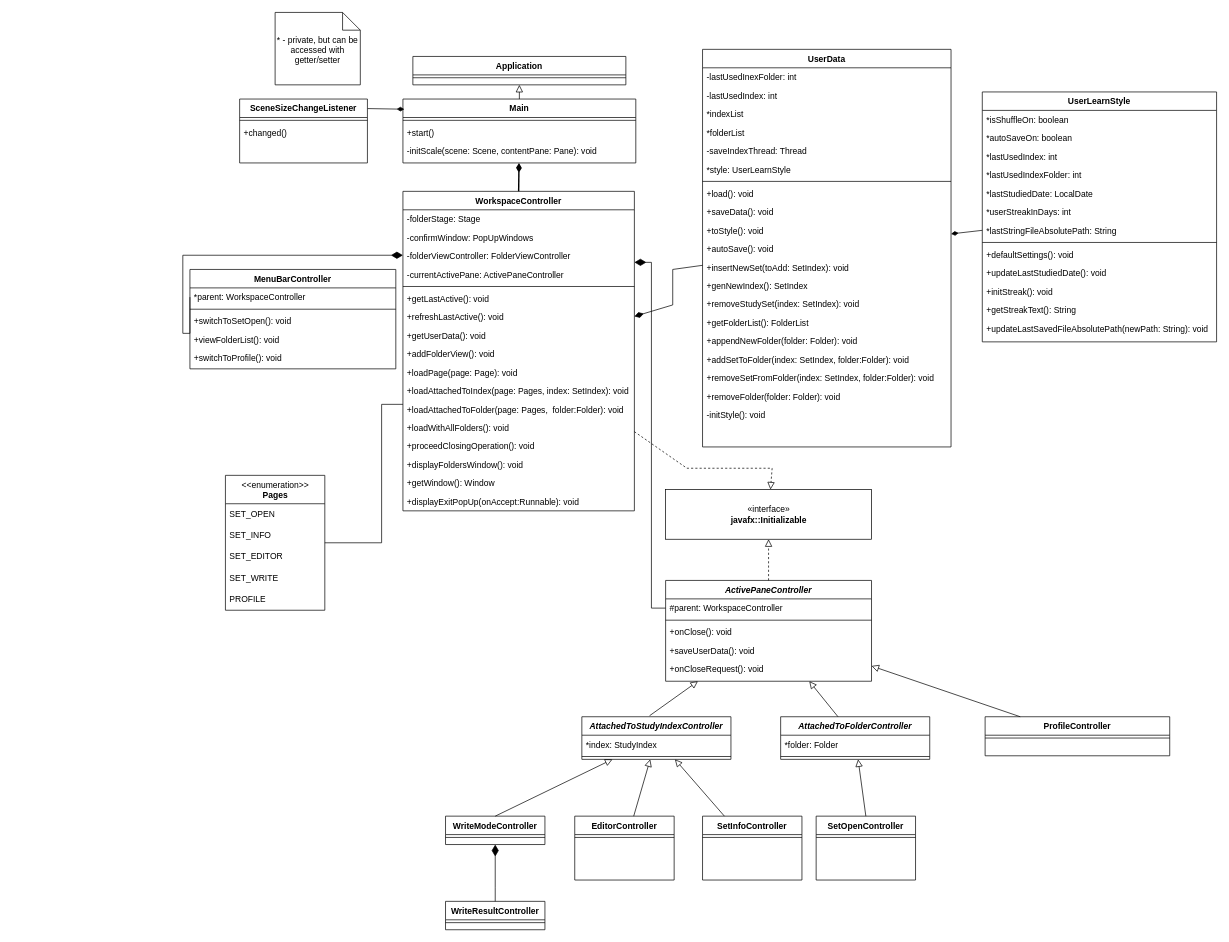
The draw.io diagram page "ProjectStructure" (1 of 4) of Uml/ClassDiagram.drawio in MouseCreator/Labs2course-UML1a, before the edit. Source tidied: cells renumbered, new cells numbered last; positions are measured from the earlier drawing's top-left corner, leaving out a move shared by most shapes. Both pictures are drawn from the tidied source at 71%, with x=0, y=0 at pixel (182, 12).
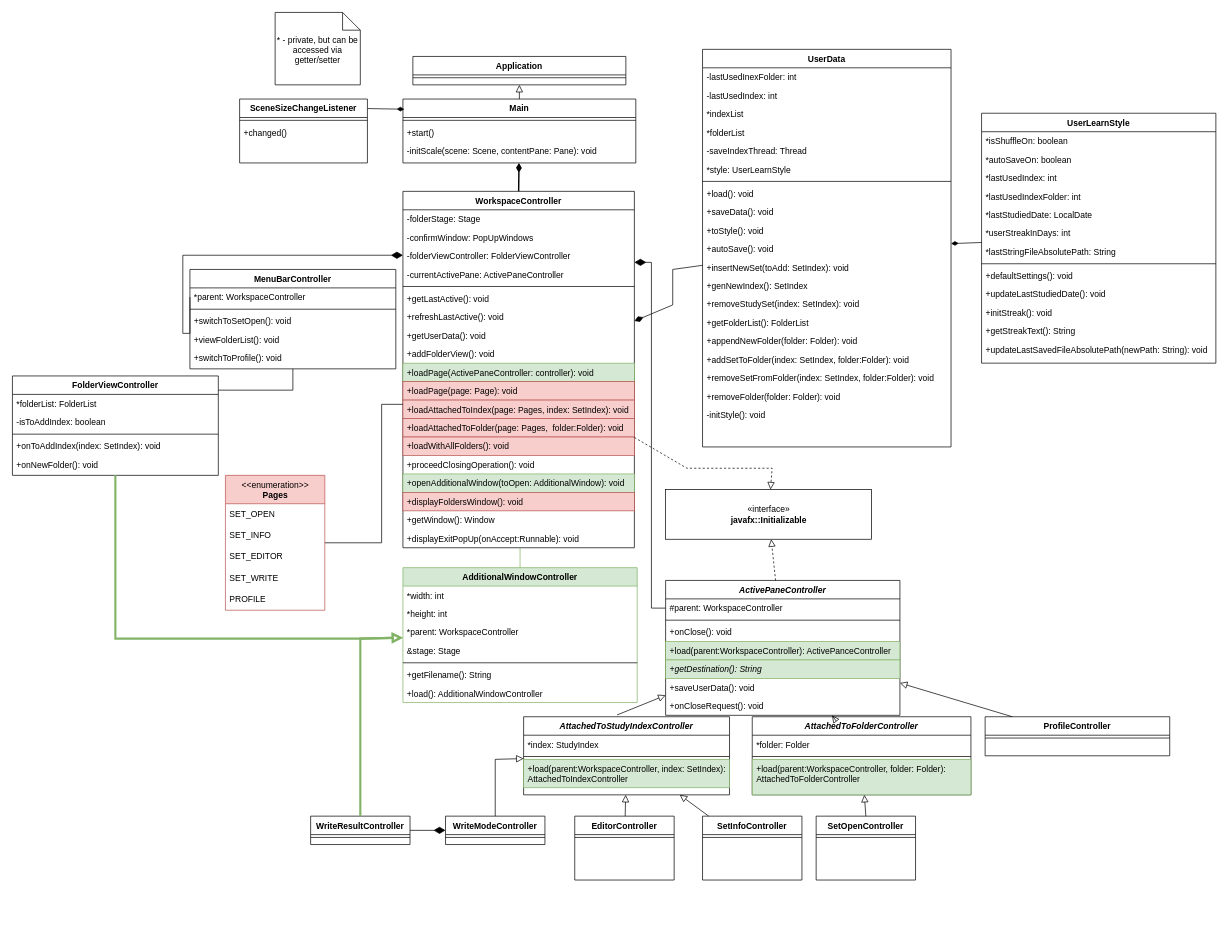
The same diagram, later.

Unchanged cells that the change refers to:
```xml
<mxCell id="56" value="WriteModeController" style="swimlane;fontStyle=1;align=center;verticalAlign=top;horizontal=1;startSize=26;rounded=0;shadow=0;strokeWidth=1;" parent="1" vertex="1">
  <mxGeometry x="370" y="1132" width="140" height="40" as="geometry" />
</mxCell>
<mxCell id="61" value="MenuBarController" style="swimlane;fontStyle=1;align=center;verticalAlign=top;horizontal=1;startSize=26;rounded=0;shadow=0;strokeWidth=1;" parent="1" vertex="1">
  <mxGeometry x="10" y="362" width="290" height="140" as="geometry" />
</mxCell>
```

Diff of the diagram source:
```diff
@@
     <mxCell id="2" value="WorkspaceController" style="swimlane;fontStyle=1;align=center;verticalAlign=top;horizontal=1;startSize=26;rounded=0;shadow=0;strokeWidth=1;" parent="1" vertex="1">
-      <mxGeometry x="310" y="252" width="326" height="450" as="geometry" />
+      <mxGeometry x="310" y="252" width="326" height="502" as="geometry" />
     </mxCell>
@@
-    <mxCell id="12" value="+loadPage(page: Page): void" style="text;align=left;verticalAlign=top;spacingLeft=4;spacingRight=4;overflow=hidden;" parent="2" vertex="1">
+    <mxCell id="12" value="+loadPage(ActivePaneController: controller): void" style="text;align=left;verticalAlign=top;spacingLeft=4;spacingRight=4;overflow=hidden;fillColor=#d5e8d4;strokeColor=#82b366;" parent="2" vertex="1">
       <mxGeometry y="242" width="326" height="26" as="geometry" />
     </mxCell>
+    <mxCell id="121" value="+loadPage(page: Page): void" style="text;align=left;verticalAlign=top;spacingLeft=4;spacingRight=4;overflow=hidden;fillColor=#f8cecc;strokeColor=#b85450;" parent="2" vertex="1">
+      <mxGeometry y="268" width="326" height="26" as="geometry" />
+    </mxCell>
-    <mxCell id="13" value="+loadAttachedToIndex(page: Pages, index: SetIndex): void" style="text;align=left;verticalAlign=top;spacingLeft=4;spacingRight=4;overflow=hidden;" parent="2" vertex="1">
-      <mxGeometry y="268" width="326" height="26" as="geometry" />
+    <mxCell id="13" value="+loadAttachedToIndex(page: Pages, index: SetIndex): void" style="text;align=left;verticalAlign=top;spacingLeft=4;spacingRight=4;overflow=hidden;fillColor=#f8cecc;strokeColor=#b85450;" parent="2" vertex="1">
+      <mxGeometry y="294" width="326" height="26" as="geometry" />
     </mxCell>
-    <mxCell id="14" value="+loadAttachedToFolder(page: Pages,  folder:Folder): void" style="text;align=left;verticalAlign=top;spacingLeft=4;spacingRight=4;overflow=hidden;" parent="2" vertex="1">
-      <mxGeometry y="294" width="326" height="26" as="geometry" />
+    <mxCell id="14" value="+loadAttachedToFolder(page: Pages,  folder:Folder): void" style="text;align=left;verticalAlign=top;spacingLeft=4;spacingRight=4;overflow=hidden;fillColor=#f8cecc;strokeColor=#b85450;" parent="2" vertex="1">
+      <mxGeometry y="320" width="326" height="26" as="geometry" />
     </mxCell>
-    <mxCell id="15" value="+loadWithAllFolders(): void" style="text;align=left;verticalAlign=top;spacingLeft=4;spacingRight=4;overflow=hidden;" parent="2" vertex="1">
-      <mxGeometry y="320" width="326" height="26" as="geometry" />
+    <mxCell id="15" value="+loadWithAllFolders(): void" style="text;align=left;verticalAlign=top;spacingLeft=4;spacingRight=4;overflow=hidden;fillColor=#f8cecc;strokeColor=#b85450;" parent="2" vertex="1">
+      <mxGeometry y="346" width="326" height="26" as="geometry" />
     </mxCell>
     <mxCell id="16" value="+proceedClosingOperation(): void" style="text;align=left;verticalAlign=top;spacingLeft=4;spacingRight=4;overflow=hidden;" parent="2" vertex="1">
-      <mxGeometry y="346" width="326" height="26" as="geometry" />
+      <mxGeometry y="372" width="326" height="26" as="geometry" />
     </mxCell>
+    <mxCell id="122" value="+openAdditionalWindow(toOpen: AdditionalWindow): void" style="text;align=left;verticalAlign=top;spacingLeft=4;spacingRight=4;overflow=hidden;fillColor=#d5e8d4;strokeColor=#82b366;" parent="2" vertex="1">
+      <mxGeometry y="398" width="326" height="26" as="geometry" />
+    </mxCell>
-    <mxCell id="17" value="+displayFoldersWindow(): void" style="text;align=left;verticalAlign=top;spacingLeft=4;spacingRight=4;overflow=hidden;" parent="2" vertex="1">
-      <mxGeometry y="372" width="326" height="26" as="geometry" />
+    <mxCell id="17" value="+displayFoldersWindow(): void" style="text;align=left;verticalAlign=top;spacingLeft=4;spacingRight=4;overflow=hidden;fillColor=#f8cecc;strokeColor=#b85450;" parent="2" vertex="1">
+      <mxGeometry y="424" width="326" height="26" as="geometry" />
     </mxCell>
     <mxCell id="18" value="+getWindow(): Window" style="text;align=left;verticalAlign=top;spacingLeft=4;spacingRight=4;overflow=hidden;" parent="2" vertex="1">
-      <mxGeometry y="398" width="326" height="26" as="geometry" />
+      <mxGeometry y="450" width="326" height="26" as="geometry" />
     </mxCell>
     <mxCell id="19" value="+displayExitPopUp(onAccept:Runnable): void" style="text;align=left;verticalAlign=top;spacingLeft=4;spacingRight=4;overflow=hidden;" parent="2" vertex="1">
-      <mxGeometry y="424" width="326" height="26" as="geometry" />
+      <mxGeometry y="476" width="326" height="26" as="geometry" />
     </mxCell>
@@
     <mxCell id="30" value="ActivePaneController" style="swimlane;fontStyle=3;align=center;verticalAlign=top;horizontal=1;startSize=26;rounded=0;shadow=0;strokeWidth=1;" parent="1" vertex="1">
-      <mxGeometry x="680" y="800" width="290" height="142" as="geometry" />
+      <mxGeometry x="680" y="800" width="330" height="190" as="geometry" />
     </mxCell>
     <mxCell id="31" value="#parent: WorkspaceController" style="text;align=left;verticalAlign=top;spacingLeft=4;spacingRight=4;overflow=hidden;points=[[0,0.5],[1,0.5]];portConstraint=eastwest;rounded=0;shadow=0;html=0;" parent="30" vertex="1">
-      <mxGeometry y="26" width="290" height="26" as="geometry" />
+      <mxGeometry y="26" width="330" height="26" as="geometry" />
     </mxCell>
     <mxCell id="32" style="line;html=1;strokeWidth=1;align=left;verticalAlign=middle;spacingTop=-1;spacingLeft=3;spacingRight=3;labelPosition=right;" parent="30" vertex="1">
-      <mxGeometry y="52" width="290" height="8" as="geometry" />
+      <mxGeometry y="52" width="330" height="8" as="geometry" />
     </mxCell>
     <mxCell id="33" value="+onClose(): void" style="text;align=left;verticalAlign=top;spacingLeft=4;spacingRight=4;overflow=hidden;" parent="30" vertex="1">
-      <mxGeometry y="60" width="290" height="26" as="geometry" />
+      <mxGeometry y="60" width="330" height="26" as="geometry" />
     </mxCell>
+    <mxCell id="123" value="+load(parent:WorkspaceController): ActivePanceController&#10;" style="text;align=left;verticalAlign=top;spacingLeft=4;spacingRight=4;overflow=hidden;fillColor=#d5e8d4;strokeColor=#82b366;" parent="30" vertex="1">
+      <mxGeometry y="86" width="330" height="26" as="geometry" />
+    </mxCell>
+    <mxCell id="124" value="+getDestination(): String" style="text;align=left;verticalAlign=top;spacingLeft=4;spacingRight=4;overflow=hidden;fillColor=#d5e8d4;strokeColor=#82b366;fontStyle=2;" parent="30" vertex="1">
+      <mxGeometry y="112" width="330" height="26" as="geometry" />
+    </mxCell>
     <mxCell id="34" value="+saveUserData(): void" style="text;align=left;verticalAlign=top;spacingLeft=4;spacingRight=4;overflow=hidden;" parent="30" vertex="1">
-      <mxGeometry y="86" width="290" height="26" as="geometry" />
+      <mxGeometry y="138" width="330" height="26" as="geometry" />
     </mxCell>
     <mxCell id="35" value="+onCloseRequest(): void" style="text;align=left;verticalAlign=top;spacingLeft=4;spacingRight=4;overflow=hidden;" parent="30" vertex="1">
-      <mxGeometry y="112" width="290" height="26" as="geometry" />
+      <mxGeometry y="164" width="330" height="26" as="geometry" />
     </mxCell>
@@
     <mxCell id="37" value="AttachedToStudyIndexController" style="swimlane;fontStyle=3;align=center;verticalAlign=top;horizontal=1;startSize=26;rounded=0;shadow=0;strokeWidth=1;" parent="1" vertex="1">
-      <mxGeometry x="562" y="992" width="210" height="60" as="geometry" />
+      <mxGeometry x="480" y="992" width="290" height="110" as="geometry" />
     </mxCell>
     <mxCell id="38" value="*index: StudyIndex" style="text;align=left;verticalAlign=top;spacingLeft=4;spacingRight=4;overflow=hidden;rounded=0;shadow=0;html=0;" parent="37" vertex="1">
-      <mxGeometry y="26" width="210" height="26" as="geometry" />
+      <mxGeometry y="26" width="290" height="26" as="geometry" />
     </mxCell>
     <mxCell id="39" style="line;html=1;strokeWidth=1;align=left;verticalAlign=middle;spacingTop=-1;spacingLeft=3;spacingRight=3;labelPosition=right;" parent="37" vertex="1">
-      <mxGeometry y="52" width="210" height="8" as="geometry" />
+      <mxGeometry y="52" width="290" height="8" as="geometry" />
     </mxCell>
+    <mxCell id="125" value="+load(parent:WorkspaceController, index: SetIndex):&#10;AttachedToIndexController" style="text;align=left;verticalAlign=top;spacingLeft=4;spacingRight=4;overflow=hidden;fillColor=#d5e8d4;strokeColor=#82b366;" parent="37" vertex="1">
+      <mxGeometry y="60" width="290" height="40" as="geometry" />
+    </mxCell>
     <mxCell id="40" value="AttachedToFolderController" style="swimlane;fontStyle=3;align=center;verticalAlign=top;horizontal=1;startSize=26;rounded=0;shadow=0;strokeWidth=1;" parent="1" vertex="1">
-      <mxGeometry x="842" y="992" width="210" height="60" as="geometry" />
+      <mxGeometry x="802" y="992" width="308" height="110" as="geometry" />
     </mxCell>
     <mxCell id="41" value="*folder: Folder" style="text;align=left;verticalAlign=top;spacingLeft=4;spacingRight=4;overflow=hidden;rounded=0;shadow=0;html=0;" parent="40" vertex="1">
-      <mxGeometry y="26" width="210" height="26" as="geometry" />
+      <mxGeometry y="26" width="308" height="26" as="geometry" />
     </mxCell>
     <mxCell id="42" style="line;html=1;strokeWidth=1;align=left;verticalAlign=middle;spacingTop=-1;spacingLeft=3;spacingRight=3;labelPosition=right;" parent="40" vertex="1">
-      <mxGeometry y="52" width="210" height="8" as="geometry" />
+      <mxGeometry y="52" width="308" height="8" as="geometry" />
     </mxCell>
+    <mxCell id="126" value="+load(parent:WorkspaceController, folder: Folder):&#10;AttachedToFolderController" style="text;align=left;verticalAlign=top;spacingLeft=4;spacingRight=4;overflow=hidden;fillColor=#d5e8d4;strokeColor=#82b366;" parent="40" vertex="1">
+      <mxGeometry y="60" width="308" height="50" as="geometry" />
+    </mxCell>
@@
     <mxCell id="58" style="endArrow=block;html=1;rounded=0;align=center;verticalAlign=bottom;endFill=0;labelBackgroundColor=none;endSize=8;exitX=0.5;exitY=0;exitDx=0;exitDy=0;" parent="1" edge="1" source="56" target="37">
-      <mxGeometry relative="1" as="geometry" />
+      <mxGeometry relative="1" as="geometry">
+        <Array as="points">
+          <mxPoint x="440" y="1052" />
+        </Array>
+      </mxGeometry>
     </mxCell>
     <mxCell id="59" value="WriteResultController" style="swimlane;fontStyle=1;align=center;verticalAlign=top;horizontal=1;startSize=26;rounded=0;shadow=0;strokeWidth=1;" parent="1" vertex="1">
-      <mxGeometry x="370" y="1252" width="140" height="40" as="geometry" />
+      <mxGeometry x="180" y="1132" width="140" height="40" as="geometry" />
     </mxCell>
@@
-    <mxCell id="67" style="endArrow=none;html=1;endSize=12;startArrow=diamondThin;startSize=14;startFill=1;edgeStyle=orthogonalEdgeStyle;align=center;verticalAlign=bottom;endFill=0;rounded=0;entryX=0.5;entryY=0;entryDx=0;entryDy=0;exitX=0.5;exitY=1;exitDx=0;exitDy=0;" parent="1" edge="1" source="56">
-      <mxGeometry y="3" relative="1" as="geometry">
-        <mxPoint x="440" y="1252" as="targetPoint" />
-        <Array as="points">
-          <mxPoint x="440" y="1232" />
-          <mxPoint x="440" y="1232" />
-        </Array>
-      </mxGeometry>
+    <mxCell id="67" style="endArrow=none;html=1;endSize=12;startArrow=diamondThin;startSize=14;startFill=1;edgeStyle=orthogonalEdgeStyle;align=center;verticalAlign=bottom;endFill=0;rounded=0;" parent="1" edge="1" source="56" target="59">
+      <mxGeometry y="3" relative="1" as="geometry" />
     </mxCell>
@@
     <mxCell id="92" value="UserLearnStyle" style="swimlane;fontStyle=1;align=center;verticalAlign=top;horizontal=1;startSize=26;rounded=0;shadow=0;strokeWidth=1;" parent="1" vertex="1">
-      <mxGeometry x="1126" y="112" width="330" height="352" as="geometry" />
+      <mxGeometry x="1125" y="142" width="330" height="352" as="geometry" />
     </mxCell>
@@
-    <mxCell id="111" value="&amp;lt;&amp;lt;enumeration&amp;gt;&amp;gt;&lt;br&gt;&lt;b&gt;Pages&lt;/b&gt;" style="swimlane;fontStyle=0;align=center;verticalAlign=top;horizontal=1;startSize=40;html=1;rounded=0;" parent="1" vertex="1">
+    <mxCell id="111" value="&amp;lt;&amp;lt;enumeration&amp;gt;&amp;gt;&lt;br&gt;&lt;b&gt;Pages&lt;/b&gt;" style="swimlane;fontStyle=0;align=center;verticalAlign=top;horizontal=1;startSize=40;html=1;rounded=0;fillColor=#f8cecc;strokeColor=#b85450;" parent="1" vertex="1">
       <mxGeometry x="60" y="652" width="140" height="190" as="geometry" />
     </mxCell>
@@
-    <mxCell id="120" value="* - private, but can be accessed with getter/setter" style="shape=note2;boundedLbl=1;whiteSpace=wrap;html=1;size=25;verticalAlign=top;align=center;" parent="1" vertex="1">
+    <mxCell id="120" value="* - private, but can be accessed via getter/setter" style="shape=note2;boundedLbl=1;whiteSpace=wrap;html=1;size=25;verticalAlign=top;align=center;" parent="1" vertex="1">
       <mxGeometry x="130" width="120" height="102" as="geometry" />
     </mxCell>
+    <mxCell id="127" value="AdditionalWindowController" style="swimlane;fontStyle=1;align=center;verticalAlign=top;horizontal=1;startSize=26;rounded=0;shadow=0;strokeWidth=1;fillColor=#d5e8d4;strokeColor=#82b366;" parent="1" vertex="1">
+      <mxGeometry x="310" y="782" width="330" height="190" as="geometry" />
+    </mxCell>
+    <mxCell id="128" value="*width: int" style="text;align=left;verticalAlign=top;spacingLeft=4;spacingRight=4;overflow=hidden;rounded=0;shadow=0;html=0;" parent="127" vertex="1">
+      <mxGeometry y="26" width="330" height="26" as="geometry" />
+    </mxCell>
+    <mxCell id="129" value="*height: int" style="text;align=left;verticalAlign=top;spacingLeft=4;spacingRight=4;overflow=hidden;rounded=0;shadow=0;html=0;" parent="127" vertex="1">
+      <mxGeometry y="52" width="330" height="26" as="geometry" />
+    </mxCell>
+    <mxCell id="130" value="*parent: WorkspaceController" style="text;align=left;verticalAlign=top;spacingLeft=4;spacingRight=4;overflow=hidden;rounded=0;shadow=0;html=0;" parent="127" vertex="1">
+      <mxGeometry y="78" width="330" height="26" as="geometry" />
+    </mxCell>
+    <mxCell id="131" value="&amp;stage: Stage" style="text;align=left;verticalAlign=top;spacingLeft=4;spacingRight=4;overflow=hidden;rounded=0;shadow=0;html=0;" parent="127" vertex="1">
+      <mxGeometry y="104" width="330" height="26" as="geometry" />
+    </mxCell>
+    <mxCell id="132" style="line;html=1;strokeWidth=1;align=left;verticalAlign=middle;spacingTop=-1;spacingLeft=3;spacingRight=3;labelPosition=right;" parent="127" vertex="1">
+      <mxGeometry y="130" width="330" height="8" as="geometry" />
+    </mxCell>
+    <mxCell id="133" value="+getFilename(): String" style="text;align=left;verticalAlign=top;spacingLeft=4;spacingRight=4;overflow=hidden;" parent="127" vertex="1">
+      <mxGeometry y="138" width="330" height="26" as="geometry" />
+    </mxCell>
+    <mxCell id="134" value="+load(): AdditionalWindowController" style="text;align=left;verticalAlign=top;spacingLeft=4;spacingRight=4;overflow=hidden;" parent="127" vertex="1">
+      <mxGeometry y="164" width="330" height="26" as="geometry" />
+    </mxCell>
+    <mxCell id="135" style="edgeStyle=orthogonalEdgeStyle;rounded=0;jettySize=auto;html=1;endArrow=none;endFill=0;fillColor=#d5e8d4;strokeColor=#82b366;" parent="1" edge="1" source="127" target="2">
+      <mxGeometry relative="1" as="geometry">
+        <Array as="points">
+          <mxPoint x="475" y="772" />
+          <mxPoint x="475" y="772" />
+        </Array>
+      </mxGeometry>
+    </mxCell>
+    <mxCell id="136" style="endArrow=block;html=1;rounded=0;align=center;verticalAlign=bottom;endFill=0;labelBackgroundColor=none;endSize=8;fillColor=#d5e8d4;strokeColor=#82b366;strokeWidth=3;" parent="1" edge="1" source="59" target="127">
+      <mxGeometry relative="1" as="geometry">
+        <Array as="points">
+          <mxPoint x="250" y="882" />
+        </Array>
+      </mxGeometry>
+    </mxCell>
+    <mxCell id="137" value="FolderViewController" style="swimlane;fontStyle=1;align=center;verticalAlign=top;horizontal=1;startSize=26;rounded=0;shadow=0;strokeWidth=1;" parent="1" vertex="1">
+      <mxGeometry x="-240" y="512" width="290" height="140" as="geometry" />
+    </mxCell>
+    <mxCell id="138" value="*folderList: FolderList" style="text;align=left;verticalAlign=top;spacingLeft=4;spacingRight=4;overflow=hidden;" parent="137" vertex="1">
+      <mxGeometry y="26" width="290" height="26" as="geometry" />
+    </mxCell>
+    <mxCell id="139" value="-isToAddIndex: boolean" style="text;align=left;verticalAlign=top;spacingLeft=4;spacingRight=4;overflow=hidden;" parent="137" vertex="1">
+      <mxGeometry y="52" width="290" height="26" as="geometry" />
+    </mxCell>
+    <mxCell id="140" style="line;html=1;strokeWidth=1;align=left;verticalAlign=middle;spacingTop=-1;spacingLeft=3;spacingRight=3;labelPosition=right;" parent="137" vertex="1">
+      <mxGeometry y="78" width="290" height="8" as="geometry" />
+    </mxCell>
+    <mxCell id="141" value="+onToAddIndex(index: SetIndex): void" style="text;align=left;verticalAlign=top;spacingLeft=4;spacingRight=4;overflow=hidden;" parent="137" vertex="1">
+      <mxGeometry y="86" width="290" height="26" as="geometry" />
+    </mxCell>
+    <mxCell id="142" value="+onNewFolder(): void" style="text;align=left;verticalAlign=top;spacingLeft=4;spacingRight=4;overflow=hidden;" parent="137" vertex="1">
+      <mxGeometry y="112" width="290" height="26" as="geometry" />
+    </mxCell>
+    <mxCell id="143" style="endArrow=block;html=1;rounded=0;align=center;verticalAlign=bottom;endFill=0;labelBackgroundColor=none;endSize=8;fillColor=#d5e8d4;strokeColor=#82b366;strokeWidth=3;" parent="1" edge="1" source="137" target="127">
+      <mxGeometry relative="1" as="geometry">
+        <Array as="points">
+          <mxPoint x="-95" y="882" />
+          <mxPoint x="250" y="882" />
+        </Array>
+      </mxGeometry>
+    </mxCell>
+    <mxCell id="144" style="edgeStyle=orthogonalEdgeStyle;rounded=0;jettySize=auto;html=1;endArrow=none;endFill=0;" parent="1" edge="1" source="137" target="61">
+      <mxGeometry relative="1" as="geometry">
+        <Array as="points">
+          <mxPoint x="155" y="532" />
+        </Array>
+      </mxGeometry>
+    </mxCell>
```
